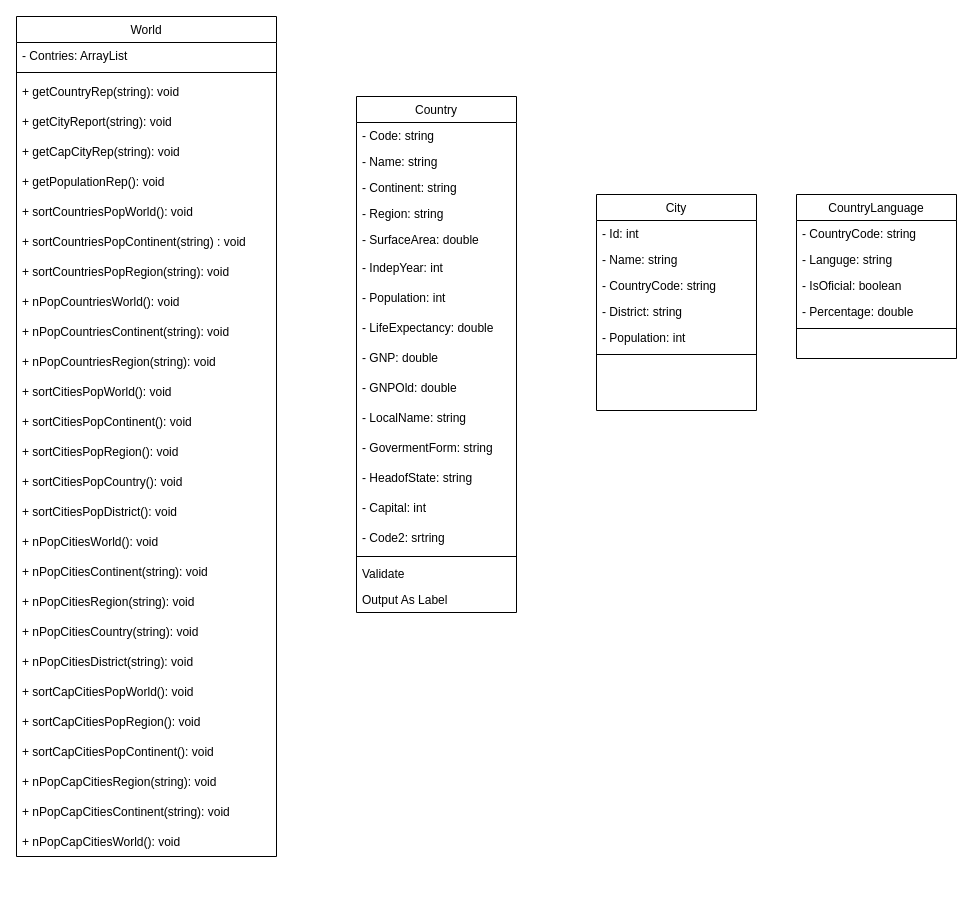
Above: Diagrams/worldCD2.drawio in MiguelGarHer/CourseworkSM (draw.io), before the change. Source tidied: cells renumbered, new cells numbered last; positions are measured from the earlier drawing's top-left corner, leaving out a move shared by most shapes. Both pictures are drawn from the tidied source at 100%, with x=0, y=0 at pixel (16, 16).
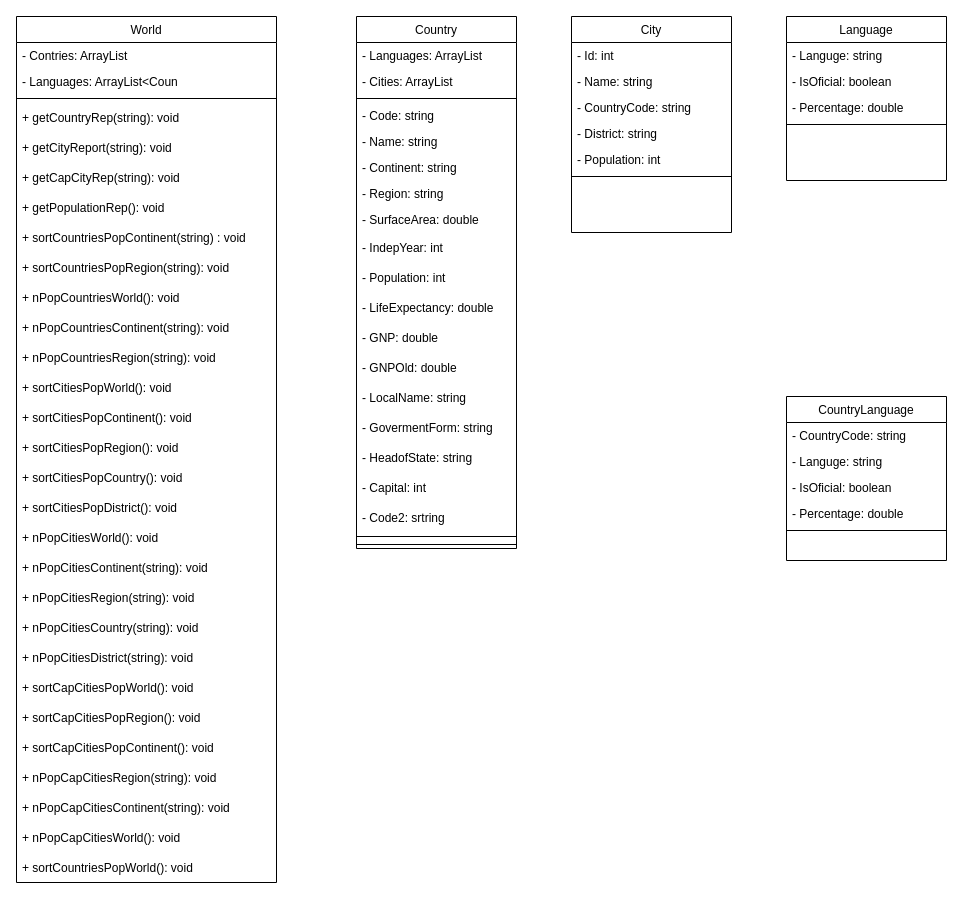
Above is the later version.

Change to the diagram source:
```diff
@@
     <mxCell id="2" value="World" style="swimlane;fontStyle=0;align=center;verticalAlign=top;horizontal=1;startSize=26;rounded=0;shadow=0;strokeWidth=1;" parent="1" vertex="1">
-      <mxGeometry width="260" height="840" as="geometry" />
+      <mxGeometry width="260" height="866" as="geometry" />
     </mxCell>
@@
+    <mxCell id="63" value="- Languages: ArrayList&lt;Coun" style="text;align=left;verticalAlign=top;spacingLeft=4;spacingRight=4;overflow=hidden;rounded=0;shadow=0;html=0;" parent="2" vertex="1">
+      <mxGeometry y="52" width="260" height="26" as="geometry" />
+    </mxCell>
     <mxCell id="4" style="line;html=1;strokeWidth=1;align=left;verticalAlign=middle;spacingTop=-1;spacingLeft=3;spacingRight=3;labelPosition=right;" parent="2" vertex="1">
-      <mxGeometry y="52" width="260" height="8" as="geometry" />
+      <mxGeometry y="78" width="260" height="8" as="geometry" />
     </mxCell>
     <mxCell id="5" value="+ getCountryRep(string): void" style="text;strokeColor=none;fillColor=none;align=left;verticalAlign=middle;spacingLeft=4;spacingRight=4;overflow=hidden;" parent="2" vertex="1">
-      <mxGeometry y="60" width="260" height="30" as="geometry" />
+      <mxGeometry y="86" width="260" height="30" as="geometry" />
     </mxCell>
     <mxCell id="6" value="+ getCityReport(string): void" style="text;strokeColor=none;fillColor=none;align=left;verticalAlign=middle;spacingLeft=4;spacingRight=4;overflow=hidden;" parent="2" vertex="1">
-      <mxGeometry y="90" width="260" height="30" as="geometry" />
+      <mxGeometry y="116" width="260" height="30" as="geometry" />
     </mxCell>
     <mxCell id="7" value="+ getCapCityRep(string): void" style="text;strokeColor=none;fillColor=none;align=left;verticalAlign=middle;spacingLeft=4;spacingRight=4;overflow=hidden;" parent="2" vertex="1">
-      <mxGeometry y="120" width="260" height="30" as="geometry" />
+      <mxGeometry y="146" width="260" height="30" as="geometry" />
     </mxCell>
     <mxCell id="8" value="+ getPopulationRep(): void" style="text;strokeColor=none;fillColor=none;align=left;verticalAlign=middle;spacingLeft=4;spacingRight=4;overflow=hidden;" parent="2" vertex="1">
-      <mxGeometry y="150" width="260" height="30" as="geometry" />
+      <mxGeometry y="176" width="260" height="30" as="geometry" />
     </mxCell>
-    <mxCell id="9" value="+ sortCountriesPopWorld(): void" style="text;strokeColor=none;fillColor=none;align=left;verticalAlign=middle;spacingLeft=4;spacingRight=4;overflow=hidden;" parent="2" vertex="1">
-      <mxGeometry y="180" width="260" height="30" as="geometry" />
-    </mxCell>
     <mxCell id="10" value="+ sortCountriesPopContinent(string) : void" style="text;strokeColor=none;fillColor=none;align=left;verticalAlign=middle;spacingLeft=4;spacingRight=4;overflow=hidden;" parent="2" vertex="1">
-      <mxGeometry y="210" width="260" height="30" as="geometry" />
+      <mxGeometry y="206" width="260" height="30" as="geometry" />
     </mxCell>
     <mxCell id="11" value="+ sortCountriesPopRegion(string): void" style="text;strokeColor=none;fillColor=none;align=left;verticalAlign=middle;spacingLeft=4;spacingRight=4;overflow=hidden;" parent="2" vertex="1">
-      <mxGeometry y="240" width="260" height="30" as="geometry" />
+      <mxGeometry y="236" width="260" height="30" as="geometry" />
     </mxCell>
     <mxCell id="12" value="+ nPopCountriesWorld(): void" style="text;strokeColor=none;fillColor=none;align=left;verticalAlign=middle;spacingLeft=4;spacingRight=4;overflow=hidden;" parent="2" vertex="1">
-      <mxGeometry y="270" width="260" height="30" as="geometry" />
+      <mxGeometry y="266" width="260" height="30" as="geometry" />
     </mxCell>
     <mxCell id="13" value="+ nPopCountriesContinent(string): void" style="text;strokeColor=none;fillColor=none;align=left;verticalAlign=middle;spacingLeft=4;spacingRight=4;overflow=hidden;" parent="2" vertex="1">
-      <mxGeometry y="300" width="260" height="30" as="geometry" />
+      <mxGeometry y="296" width="260" height="30" as="geometry" />
     </mxCell>
     <mxCell id="14" value="+ nPopCountriesRegion(string): void" style="text;strokeColor=none;fillColor=none;align=left;verticalAlign=middle;spacingLeft=4;spacingRight=4;overflow=hidden;" parent="2" vertex="1">
-      <mxGeometry y="330" width="260" height="30" as="geometry" />
+      <mxGeometry y="326" width="260" height="30" as="geometry" />
     </mxCell>
     <mxCell id="15" value="+ sortCitiesPopWorld(): void" style="text;strokeColor=none;fillColor=none;align=left;verticalAlign=middle;spacingLeft=4;spacingRight=4;overflow=hidden;" parent="2" vertex="1">
-      <mxGeometry y="360" width="260" height="30" as="geometry" />
+      <mxGeometry y="356" width="260" height="30" as="geometry" />
     </mxCell>
     <mxCell id="16" value="+ sortCitiesPopContinent(): void" style="text;strokeColor=none;fillColor=none;align=left;verticalAlign=middle;spacingLeft=4;spacingRight=4;overflow=hidden;" parent="2" vertex="1">
-      <mxGeometry y="390" width="260" height="30" as="geometry" />
+      <mxGeometry y="386" width="260" height="30" as="geometry" />
     </mxCell>
     <mxCell id="17" value="+ sortCitiesPopRegion(): void" style="text;strokeColor=none;fillColor=none;align=left;verticalAlign=middle;spacingLeft=4;spacingRight=4;overflow=hidden;" parent="2" vertex="1">
-      <mxGeometry y="420" width="260" height="30" as="geometry" />
+      <mxGeometry y="416" width="260" height="30" as="geometry" />
     </mxCell>
     <mxCell id="18" value="+ sortCitiesPopCountry(): void" style="text;strokeColor=none;fillColor=none;align=left;verticalAlign=middle;spacingLeft=4;spacingRight=4;overflow=hidden;" parent="2" vertex="1">
-      <mxGeometry y="450" width="260" height="30" as="geometry" />
+      <mxGeometry y="446" width="260" height="30" as="geometry" />
     </mxCell>
     <mxCell id="19" value="+ sortCitiesPopDistrict(): void" style="text;strokeColor=none;fillColor=none;align=left;verticalAlign=middle;spacingLeft=4;spacingRight=4;overflow=hidden;" parent="2" vertex="1">
-      <mxGeometry y="480" width="260" height="30" as="geometry" />
+      <mxGeometry y="476" width="260" height="30" as="geometry" />
     </mxCell>
     <mxCell id="20" value="+ nPopCitiesWorld(): void" style="text;strokeColor=none;fillColor=none;align=left;verticalAlign=middle;spacingLeft=4;spacingRight=4;overflow=hidden;" parent="2" vertex="1">
-      <mxGeometry y="510" width="260" height="30" as="geometry" />
+      <mxGeometry y="506" width="260" height="30" as="geometry" />
     </mxCell>
     <mxCell id="21" value="+ nPopCitiesContinent(string): void" style="text;strokeColor=none;fillColor=none;align=left;verticalAlign=middle;spacingLeft=4;spacingRight=4;overflow=hidden;" parent="2" vertex="1">
-      <mxGeometry y="540" width="260" height="30" as="geometry" />
+      <mxGeometry y="536" width="260" height="30" as="geometry" />
     </mxCell>
     <mxCell id="22" value="+ nPopCitiesRegion(string): void" style="text;strokeColor=none;fillColor=none;align=left;verticalAlign=middle;spacingLeft=4;spacingRight=4;overflow=hidden;" parent="2" vertex="1">
-      <mxGeometry y="570" width="260" height="30" as="geometry" />
+      <mxGeometry y="566" width="260" height="30" as="geometry" />
     </mxCell>
     <mxCell id="23" value="+ nPopCitiesCountry(string): void" style="text;strokeColor=none;fillColor=none;align=left;verticalAlign=middle;spacingLeft=4;spacingRight=4;overflow=hidden;" parent="2" vertex="1">
-      <mxGeometry y="600" width="260" height="30" as="geometry" />
+      <mxGeometry y="596" width="260" height="30" as="geometry" />
     </mxCell>
     <mxCell id="24" value="+ nPopCitiesDistrict(string): void" style="text;strokeColor=none;fillColor=none;align=left;verticalAlign=middle;spacingLeft=4;spacingRight=4;overflow=hidden;" parent="2" vertex="1">
-      <mxGeometry y="630" width="260" height="30" as="geometry" />
+      <mxGeometry y="626" width="260" height="30" as="geometry" />
     </mxCell>
     <mxCell id="25" value="+ sortCapCitiesPopWorld(): void" style="text;strokeColor=none;fillColor=none;align=left;verticalAlign=middle;spacingLeft=4;spacingRight=4;overflow=hidden;" parent="2" vertex="1">
-      <mxGeometry y="660" width="260" height="30" as="geometry" />
+      <mxGeometry y="656" width="260" height="30" as="geometry" />
     </mxCell>
     <mxCell id="26" value="+ sortCapCitiesPopRegion(): void" style="text;strokeColor=none;fillColor=none;align=left;verticalAlign=middle;spacingLeft=4;spacingRight=4;overflow=hidden;" parent="2" vertex="1">
-      <mxGeometry y="690" width="260" height="30" as="geometry" />
+      <mxGeometry y="686" width="260" height="30" as="geometry" />
     </mxCell>
     <mxCell id="27" value="+ sortCapCitiesPopContinent(): void" style="text;strokeColor=none;fillColor=none;align=left;verticalAlign=middle;spacingLeft=4;spacingRight=4;overflow=hidden;" parent="2" vertex="1">
-      <mxGeometry y="720" width="260" height="30" as="geometry" />
+      <mxGeometry y="716" width="260" height="30" as="geometry" />
     </mxCell>
     <mxCell id="28" value="+ nPopCapCitiesRegion(string): void" style="text;strokeColor=none;fillColor=none;align=left;verticalAlign=middle;spacingLeft=4;spacingRight=4;overflow=hidden;" parent="2" vertex="1">
-      <mxGeometry y="750" width="260" height="30" as="geometry" />
+      <mxGeometry y="746" width="260" height="30" as="geometry" />
     </mxCell>
     <mxCell id="29" value="+ nPopCapCitiesContinent(string): void" style="text;strokeColor=none;fillColor=none;align=left;verticalAlign=middle;spacingLeft=4;spacingRight=4;overflow=hidden;" parent="2" vertex="1">
-      <mxGeometry y="780" width="260" height="30" as="geometry" />
+      <mxGeometry y="776" width="260" height="30" as="geometry" />
     </mxCell>
     <mxCell id="30" value="+ nPopCapCitiesWorld(): void" style="text;strokeColor=none;fillColor=none;align=left;verticalAlign=middle;spacingLeft=4;spacingRight=4;overflow=hidden;" parent="2" vertex="1">
-      <mxGeometry y="810" width="260" height="30" as="geometry" />
+      <mxGeometry y="806" width="260" height="30" as="geometry" />
     </mxCell>
+    <mxCell id="9" value="+ sortCountriesPopWorld(): void" style="text;strokeColor=none;fillColor=none;align=left;verticalAlign=middle;spacingLeft=4;spacingRight=4;overflow=hidden;" parent="2" vertex="1">
+      <mxGeometry y="836" width="260" height="30" as="geometry" />
+    </mxCell>
     <mxCell id="31" value="Country" style="swimlane;fontStyle=0;align=center;verticalAlign=top;horizontal=1;startSize=26;rounded=0;shadow=0;strokeWidth=1;" parent="1" vertex="1">
-      <mxGeometry x="340" y="80" width="160" height="516" as="geometry" />
+      <mxGeometry x="340" width="160" height="532" as="geometry" />
     </mxCell>
+    <mxCell id="64" value="- Languages: ArrayList" style="text;align=left;verticalAlign=top;spacingLeft=4;spacingRight=4;overflow=hidden;" parent="31" vertex="1">
+      <mxGeometry y="26" width="160" height="26" as="geometry" />
+    </mxCell>
+    <mxCell id="65" value="- Cities: ArrayList" style="text;align=left;verticalAlign=top;spacingLeft=4;spacingRight=4;overflow=hidden;" parent="31" vertex="1">
+      <mxGeometry y="52" width="160" height="26" as="geometry" />
+    </mxCell>
+    <mxCell id="66" style="line;html=1;strokeWidth=1;align=left;verticalAlign=middle;spacingTop=-1;spacingLeft=3;spacingRight=3;labelPosition=right;" parent="31" vertex="1">
+      <mxGeometry y="78" width="160" height="8" as="geometry" />
+    </mxCell>
     <mxCell id="32" value="- Code: string" style="text;align=left;verticalAlign=top;spacingLeft=4;spacingRight=4;overflow=hidden;" parent="31" vertex="1">
-      <mxGeometry y="26" width="160" height="26" as="geometry" />
+      <mxGeometry y="86" width="160" height="26" as="geometry" />
     </mxCell>
     <mxCell id="33" value="- Name: string" style="text;align=left;verticalAlign=top;spacingLeft=4;spacingRight=4;overflow=hidden;rounded=0;shadow=0;html=0;" parent="31" vertex="1">
-      <mxGeometry y="52" width="160" height="26" as="geometry" />
+      <mxGeometry y="112" width="160" height="26" as="geometry" />
     </mxCell>
     <mxCell id="34" value="- Continent: string" style="text;align=left;verticalAlign=top;spacingLeft=4;spacingRight=4;overflow=hidden;rounded=0;shadow=0;html=0;" parent="31" vertex="1">
-      <mxGeometry y="78" width="160" height="26" as="geometry" />
+      <mxGeometry y="138" width="160" height="26" as="geometry" />
     </mxCell>
     <mxCell id="35" value="- Region: string" style="text;align=left;verticalAlign=top;spacingLeft=4;spacingRight=4;overflow=hidden;rounded=0;shadow=0;html=0;" parent="31" vertex="1">
-      <mxGeometry y="104" width="160" height="26" as="geometry" />
+      <mxGeometry y="164" width="160" height="26" as="geometry" />
     </mxCell>
     <mxCell id="36" value="- SurfaceArea: double" style="text;align=left;verticalAlign=top;spacingLeft=4;spacingRight=4;overflow=hidden;rounded=0;shadow=0;html=0;" parent="31" vertex="1">
-      <mxGeometry y="130" width="160" height="26" as="geometry" />
+      <mxGeometry y="190" width="160" height="26" as="geometry" />
     </mxCell>
     <mxCell id="37" value="- IndepYear: int" style="text;strokeColor=none;fillColor=none;align=left;verticalAlign=middle;spacingLeft=4;spacingRight=4;overflow=hidden;" parent="31" vertex="1">
-      <mxGeometry y="156" width="160" height="30" as="geometry" />
+      <mxGeometry y="216" width="160" height="30" as="geometry" />
     </mxCell>
     <mxCell id="38" value="- Population: int" style="text;strokeColor=none;fillColor=none;align=left;verticalAlign=middle;spacingLeft=4;spacingRight=4;overflow=hidden;" parent="31" vertex="1">
-      <mxGeometry y="186" width="160" height="30" as="geometry" />
+      <mxGeometry y="246" width="160" height="30" as="geometry" />
     </mxCell>
     <mxCell id="39" value="- LifeExpectancy: double" style="text;strokeColor=none;fillColor=none;align=left;verticalAlign=middle;spacingLeft=4;spacingRight=4;overflow=hidden;" parent="31" vertex="1">
-      <mxGeometry y="216" width="160" height="30" as="geometry" />
+      <mxGeometry y="276" width="160" height="30" as="geometry" />
     </mxCell>
     <mxCell id="40" value="- GNP: double" style="text;strokeColor=none;fillColor=none;align=left;verticalAlign=middle;spacingLeft=4;spacingRight=4;overflow=hidden;" parent="31" vertex="1">
-      <mxGeometry y="246" width="160" height="30" as="geometry" />
+      <mxGeometry y="306" width="160" height="30" as="geometry" />
     </mxCell>
     <mxCell id="41" value="- GNPOld: double" style="text;strokeColor=none;fillColor=none;align=left;verticalAlign=middle;spacingLeft=4;spacingRight=4;overflow=hidden;" parent="31" vertex="1">
-      <mxGeometry y="276" width="160" height="30" as="geometry" />
+      <mxGeometry y="336" width="160" height="30" as="geometry" />
     </mxCell>
     <mxCell id="42" value="- LocalName: string" style="text;strokeColor=none;fillColor=none;align=left;verticalAlign=middle;spacingLeft=4;spacingRight=4;overflow=hidden;" parent="31" vertex="1">
-      <mxGeometry y="306" width="160" height="30" as="geometry" />
+      <mxGeometry y="366" width="160" height="30" as="geometry" />
     </mxCell>
     <mxCell id="43" value="- GovermentForm: string" style="text;strokeColor=none;fillColor=none;align=left;verticalAlign=middle;spacingLeft=4;spacingRight=4;overflow=hidden;" parent="31" vertex="1">
-      <mxGeometry y="336" width="160" height="30" as="geometry" />
+      <mxGeometry y="396" width="160" height="30" as="geometry" />
     </mxCell>
     <mxCell id="44" value="- HeadofState: string" style="text;strokeColor=none;fillColor=none;align=left;verticalAlign=middle;spacingLeft=4;spacingRight=4;overflow=hidden;" parent="31" vertex="1">
-      <mxGeometry y="366" width="160" height="30" as="geometry" />
+      <mxGeometry y="426" width="160" height="30" as="geometry" />
     </mxCell>
     <mxCell id="45" value="- Capital: int" style="text;strokeColor=none;fillColor=none;align=left;verticalAlign=middle;spacingLeft=4;spacingRight=4;overflow=hidden;" parent="31" vertex="1">
-      <mxGeometry y="396" width="160" height="30" as="geometry" />
+      <mxGeometry y="456" width="160" height="30" as="geometry" />
     </mxCell>
     <mxCell id="46" value="- Code2: srtring" style="text;strokeColor=none;fillColor=none;align=left;verticalAlign=middle;spacingLeft=4;spacingRight=4;overflow=hidden;" parent="31" vertex="1">
-      <mxGeometry y="426" width="160" height="30" as="geometry" />
+      <mxGeometry y="486" width="160" height="30" as="geometry" />
     </mxCell>
     <mxCell id="47" style="line;html=1;strokeWidth=1;align=left;verticalAlign=middle;spacingTop=-1;spacingLeft=3;spacingRight=3;labelPosition=right;" parent="31" vertex="1">
-      <mxGeometry y="456" width="160" height="8" as="geometry" />
+      <mxGeometry y="516" width="160" height="8" as="geometry" />
     </mxCell>
-    <mxCell id="48" value="Validate" style="text;align=left;verticalAlign=top;spacingLeft=4;spacingRight=4;overflow=hidden;" parent="31" vertex="1">
-      <mxGeometry y="464" width="160" height="26" as="geometry" />
-    </mxCell>
-    <mxCell id="49" value="Output As Label" style="text;align=left;verticalAlign=top;spacingLeft=4;spacingRight=4;overflow=hidden;" parent="31" vertex="1">
-      <mxGeometry y="490" width="160" height="26" as="geometry" />
-    </mxCell>
+    <mxCell id="67" style="line;html=1;strokeWidth=1;align=left;verticalAlign=middle;spacingTop=-1;spacingLeft=3;spacingRight=3;labelPosition=right;" parent="31" vertex="1">
+      <mxGeometry y="524" width="160" height="8" as="geometry" />
+    </mxCell>
     <mxCell id="50" value="City" style="swimlane;fontStyle=0;align=center;verticalAlign=top;horizontal=1;startSize=26;rounded=0;shadow=0;strokeWidth=1;" parent="1" vertex="1">
-      <mxGeometry x="580" y="178" width="160" height="216" as="geometry" />
+      <mxGeometry x="555" width="160" height="216" as="geometry" />
     </mxCell>
@@
     <mxCell id="57" value="CountryLanguage" style="swimlane;fontStyle=0;align=center;verticalAlign=top;horizontal=1;startSize=26;rounded=0;shadow=0;strokeWidth=1;" parent="1" vertex="1">
-      <mxGeometry x="780" y="178" width="160" height="164" as="geometry" />
+      <mxGeometry x="770" y="380" width="160" height="164" as="geometry" />
     </mxCell>
@@
+    <mxCell id="68" value="Language" style="swimlane;fontStyle=0;align=center;verticalAlign=top;horizontal=1;startSize=26;rounded=0;shadow=0;strokeWidth=1;" parent="1" vertex="1">
+      <mxGeometry x="770" width="160" height="164" as="geometry" />
+    </mxCell>
+    <mxCell id="69" value="- Languge: string" style="text;align=left;verticalAlign=top;spacingLeft=4;spacingRight=4;overflow=hidden;rounded=0;shadow=0;html=0;" parent="68" vertex="1">
+      <mxGeometry y="26" width="160" height="26" as="geometry" />
+    </mxCell>
+    <mxCell id="70" value="- IsOficial: boolean" style="text;align=left;verticalAlign=top;spacingLeft=4;spacingRight=4;overflow=hidden;rounded=0;shadow=0;html=0;" parent="68" vertex="1">
+      <mxGeometry y="52" width="160" height="26" as="geometry" />
+    </mxCell>
+    <mxCell id="71" value="- Percentage: double" style="text;align=left;verticalAlign=top;spacingLeft=4;spacingRight=4;overflow=hidden;rounded=0;shadow=0;html=0;" parent="68" vertex="1">
+      <mxGeometry y="78" width="160" height="26" as="geometry" />
+    </mxCell>
+    <mxCell id="72" style="line;html=1;strokeWidth=1;align=left;verticalAlign=middle;spacingTop=-1;spacingLeft=3;spacingRight=3;labelPosition=right;" parent="68" vertex="1">
+      <mxGeometry y="104" width="160" height="8" as="geometry" />
+    </mxCell>
```
